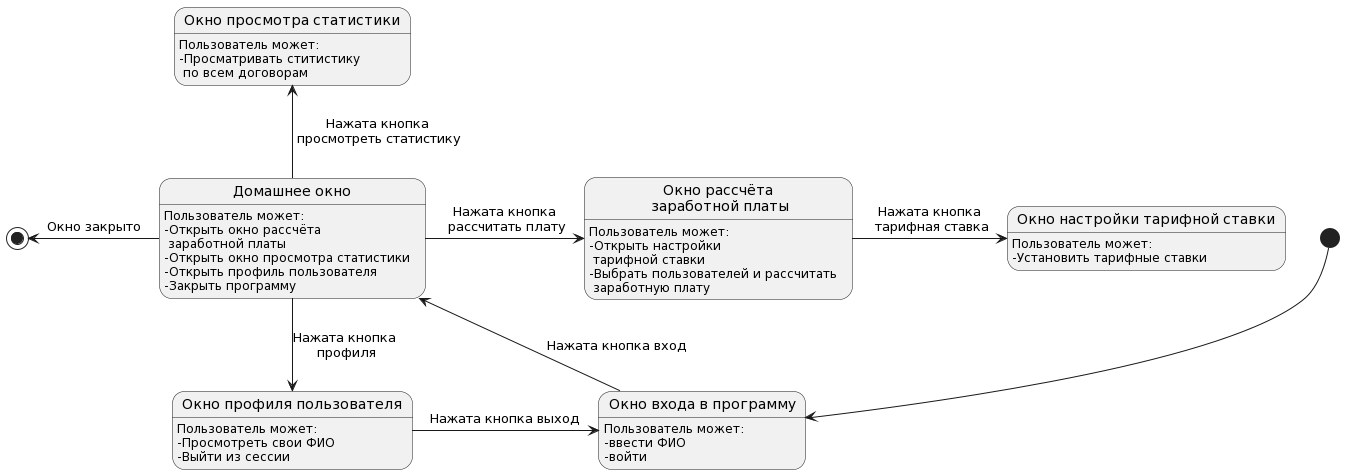
MiFit1/OSOGO keeps this PlantUML diagram as Resource/Диаграммы потоков экрана/Бухгалтер.png. Above is the earlier version.
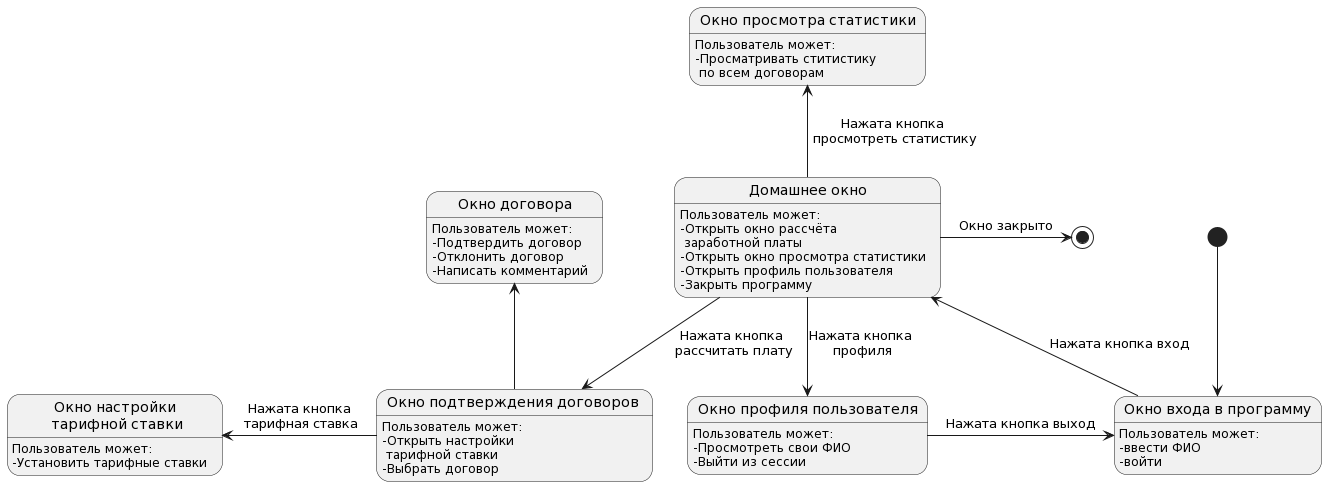
Above is the later version.

Diff of the diagram source:
```diff
@@ -1,10 +1,16 @@
 @startuml
 state "Окно входа в программу" as loginWindow
 state "Домашнее окно" as homeWindow
-state "Окно рассчёта\n заработной платы" as salaryWindow
+state "Окно подтверждения договоров " as verifyWindow
 state "Окно просмотра статиcтики" as statisticWindow
 state "Окно профиля пользователя" as profileWindow
-state "Окно настройки тарифной ставки" as rateWindow
+state "Окно настройки\n тарифной ставки" as rateWindow
+state "Окно договора" as contractWindow
+
+contractWindow : Пользователь может:
+contractWindow : -Подтвердить договор
+contractWindow : -Отклонить договор
+contractWindow : -Написать комментарий
 
 loginWindow : Пользователь может:
 loginWindow : -ввести ФИО
@@ -16,9 +22,9 @@
 homeWindow : -Открыть профиль пользователя
 homeWindow : -Закрыть программу
 
-salaryWindow : Пользователь может:
-salaryWindow : -Открыть настройки\n тарифной ставки
-salaryWindow : -Выбрать пользователей и рассчитать\n заработную плату
+verifyWindow : Пользователь может:
+verifyWindow : -Открыть настройки\n тарифной ставки
+verifyWindow : -Выбрать договор
 
 statisticWindow : Пользователь может:
 statisticWindow : -Просматривать ститистику\n по всем договорам
@@ -30,12 +36,13 @@
 rateWindow : Пользователь может:
 rateWindow : -Установить тарифные ставки
 
-[*] --> loginWindow
+[*] -down-> loginWindow
 loginWindow -left-> homeWindow : Нажата кнопка вход
-homeWindow -left-> salaryWindow : Нажата кнопка\n рассчитать плату
+homeWindow -down-> verifyWindow : Нажата кнопка\n рассчитать плату
 homeWindow -up-> statisticWindow : Нажата кнопка\n просмотреть статистику
 homeWindow -down-> profileWindow : Нажата кнопка\n профиля
-salaryWindow -> rateWindow : Нажата кнопка\n тарифная ставка
-homeWindow -left->[*] : Окно закрыто
+verifyWindow -left-> rateWindow : Нажата кнопка\n тарифная ставка
+verifyWindow -up-> contractWindow
+homeWindow -right->[*] : Окно закрыто
 profileWindow -> loginWindow : Нажата кнопка выход
 @enduml
```
